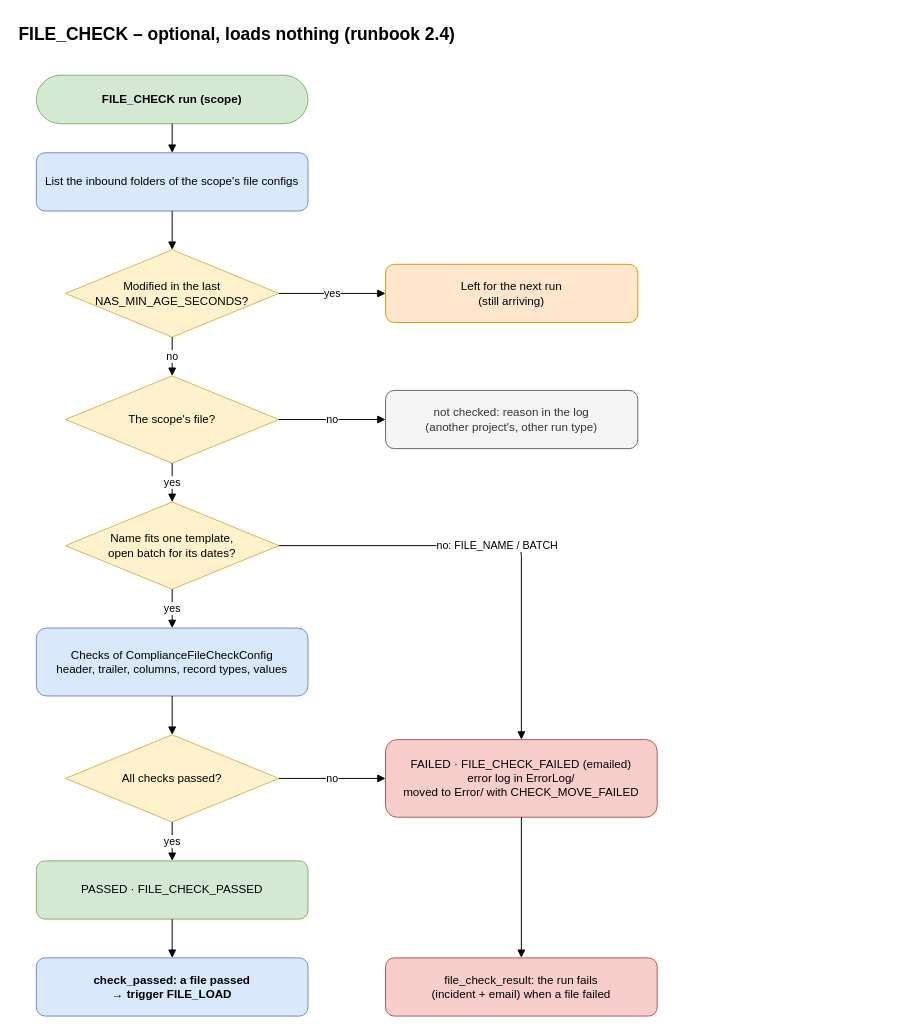
This is airflow_resources/docs/diagrams/pages/05_file_check.drawio from trinathgundavaram/framework, a draw.io file, before an edit. Source tidied: cells renumbered, new cells numbered last; positions are measured from the earlier drawing's top-left corner, leaving out a move shared by most shapes. Both pictures are drawn from the tidied source at 97%, with x=0, y=0 at pixel (16, 16).
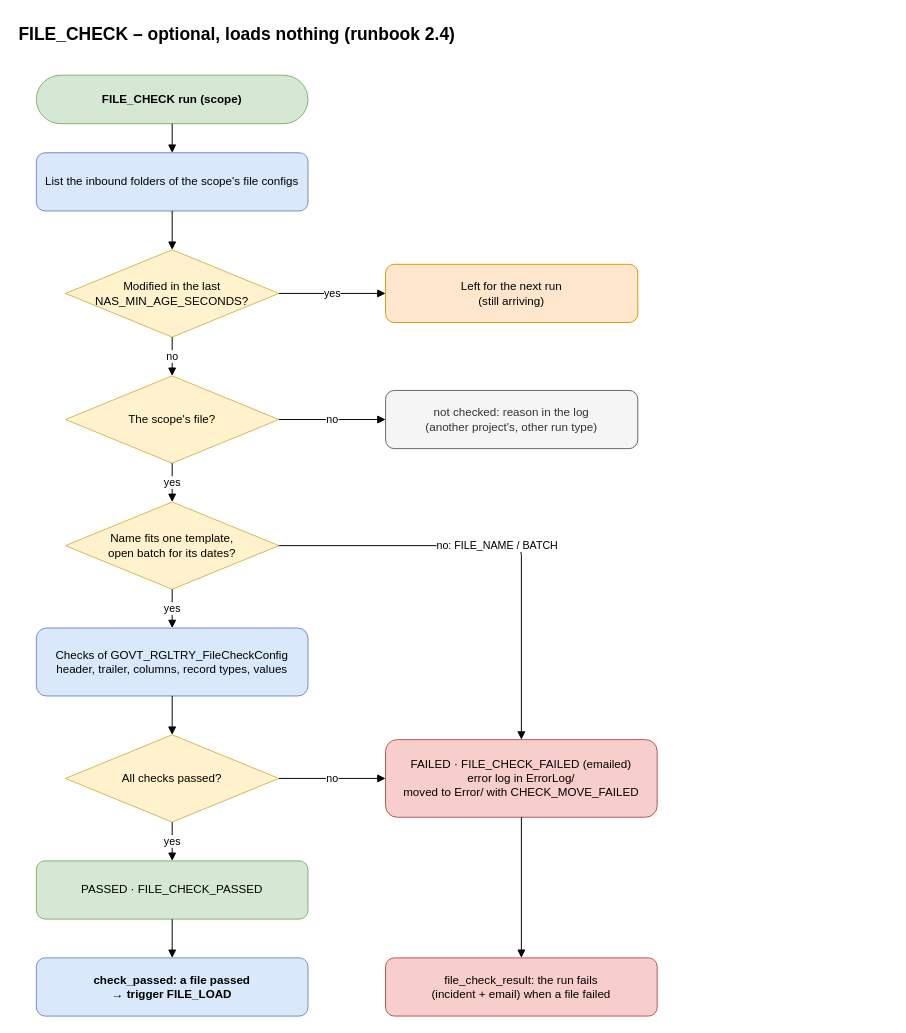
The same diagram, later.

What changed in the source:
```diff
@@
-    <mxCell id="10" value="Checks of ComplianceFileCheckConfig&lt;br&gt;header, trailer, columns, record types, values" style="rounded=1;whiteSpace=wrap;html=1;fillColor=#dae8fc;strokeColor=#6c8ebf;" parent="1" vertex="1">
+    <mxCell id="10" value="Checks of GOVT_RGLTRY_FileCheckConfig&lt;br&gt;header, trailer, columns, record types, values" style="rounded=1;whiteSpace=wrap;html=1;fillColor=#dae8fc;strokeColor=#6c8ebf;" parent="1" vertex="1">
       <mxGeometry x="20" y="630" width="280" height="70" as="geometry" />
     </mxCell>
```
